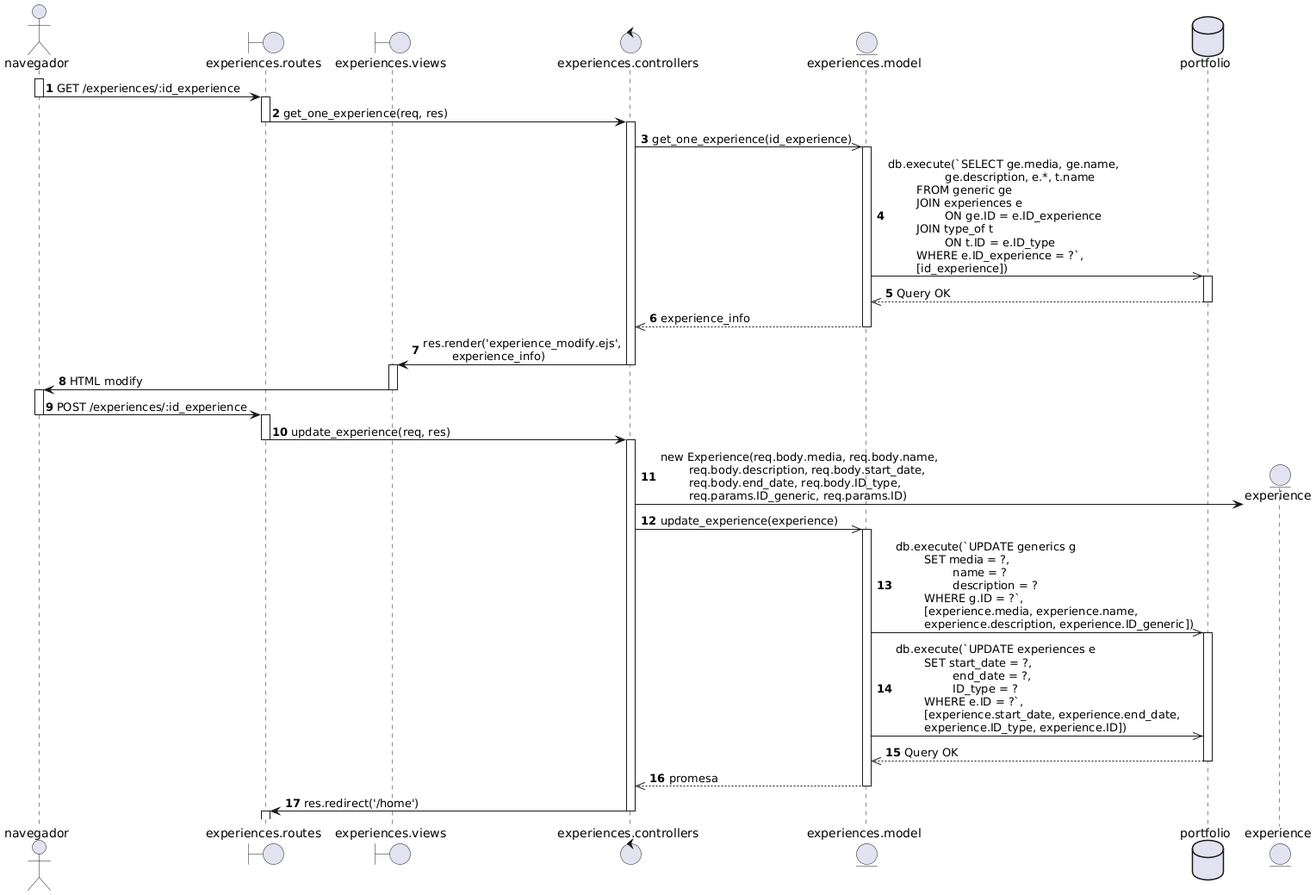
YaelChar417/portfolio keeps this PlantUML diagram as Diagramas/Secuencia/CU11_A_Modificar_experiencia_educacion.png. Above is the earlier version.
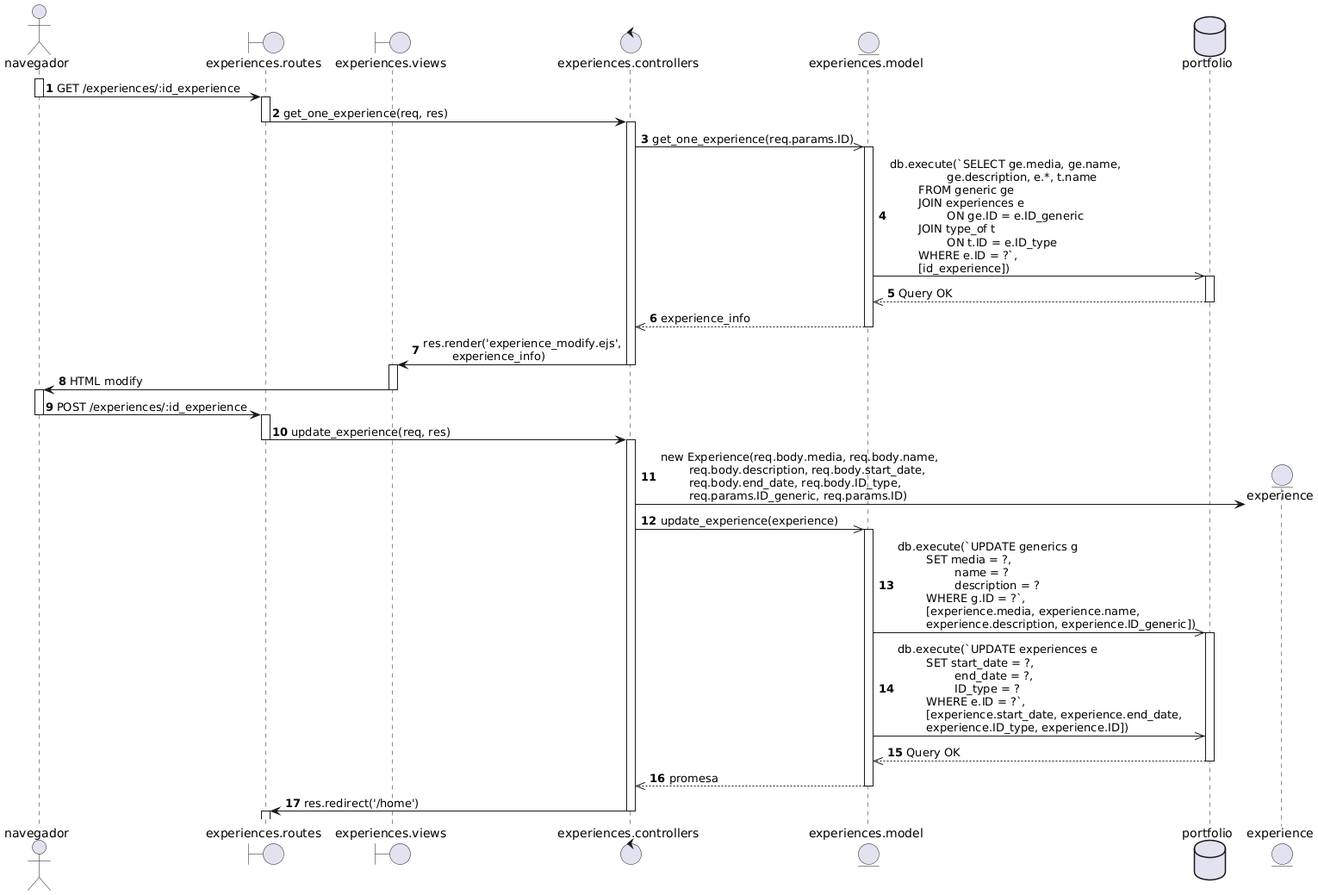
Later version of the same file.

Commit message:
Fix: correcion en el join para asignar correctamente los ids del CU11

Diff of the diagram source:
```diff
@@ -16,10 +16,10 @@
 deactivate routes
 
 activate controller
-controller ->> model: get_one_experience(id_experience)
+controller ->> model: get_one_experience(req.params.ID)
 
 activate model
-model ->> db: db.execute(`SELECT ge.media, ge.name, \n\t\tge.description, e.*, t.name \n\tFROM generic ge \n\tJOIN experiences e \n\t\tON ge.ID = e.ID_experience \n\tJOIN type_of t \n\t\tON t.ID = e.ID_type \n\tWHERE e.ID_experience = ?`, \n\t[id_experience])
+model ->> db: db.execute(`SELECT ge.media, ge.name, \n\t\tge.description, e.*, t.name \n\tFROM generic ge \n\tJOIN experiences e \n\t\tON ge.ID = e.ID_generic \n\tJOIN type_of t \n\t\tON t.ID = e.ID_type \n\tWHERE e.ID = ?`, \n\t[id_experience])
 
 activate db
 db -->> model: Query OK
```
